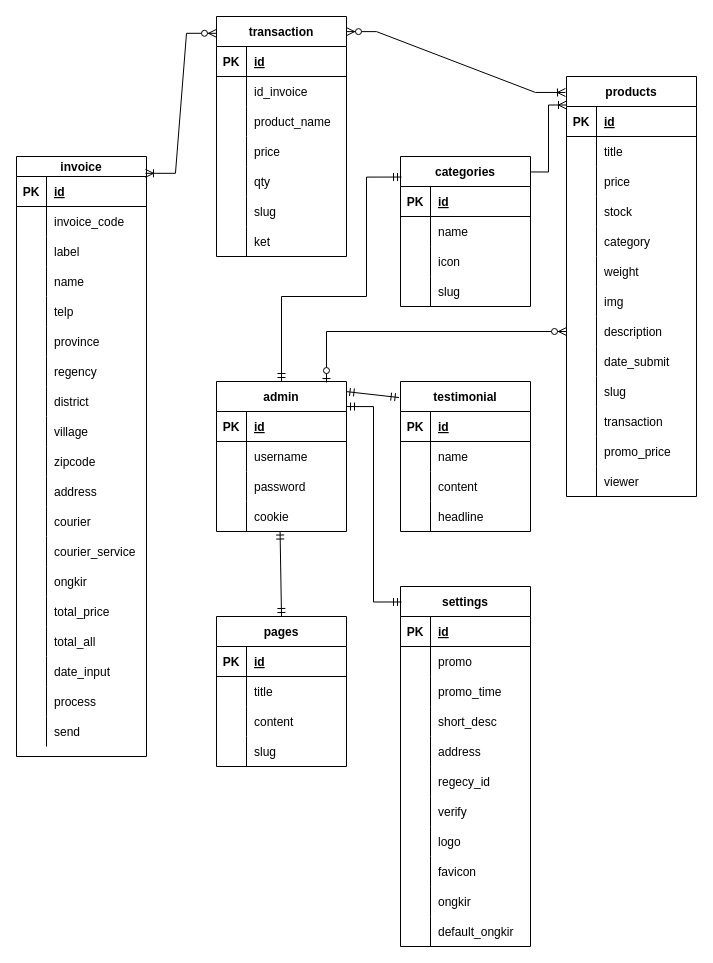
Above: draw.io/ERD.drawio in didikurniawann/skripsi (draw.io), before the change. Source tidied: cells renumbered, new cells numbered last; positions are measured from the earlier drawing's top-left corner, leaving out a move shared by most shapes. Both pictures are drawn from the tidied source at 100%, with x=0, y=0 at pixel (16, 16).
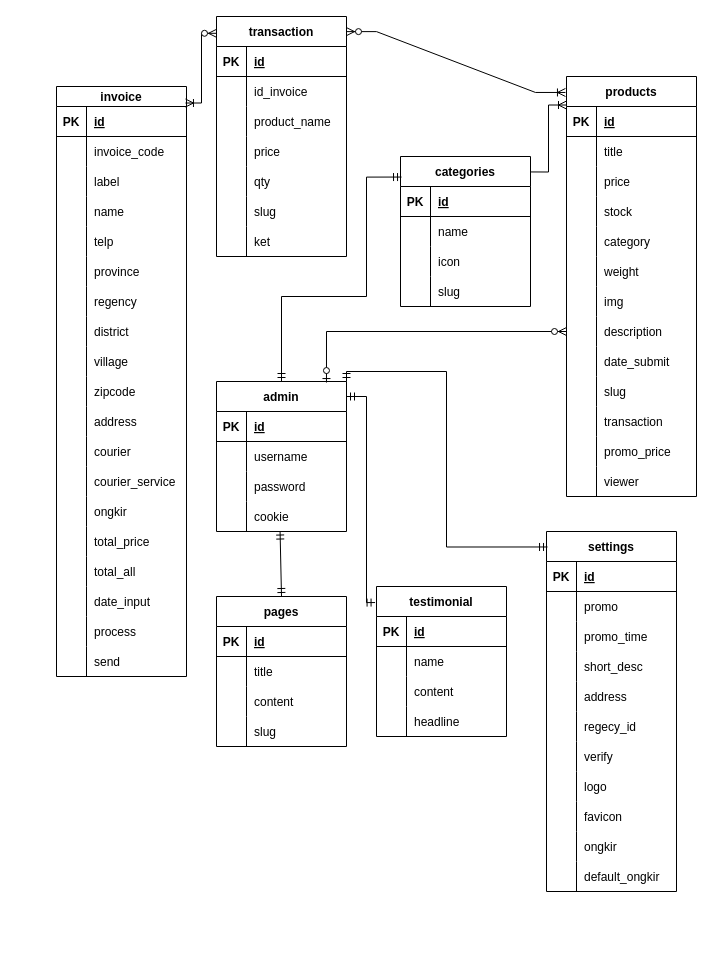
After the change.

Unchanged cells that the change refers to:
```xml
<mxCell id="2" value="transaction" style="shape=table;startSize=30;childLayout=tableLayout;rowLines=0;fontStyle=1;align=center;" parent="1" vertex="1">
  <mxGeometry x="200" width="130" height="240" as="geometry" />
</mxCell>
<mxCell id="122" value="admin" style="shape=table;startSize=30;childLayout=tableLayout;rowLines=0;fontStyle=1;align=center;" parent="1" vertex="1">
  <mxGeometry x="200" y="365" width="130" height="150" as="geometry" />
</mxCell>
```

Change to the diagram source:
```diff
@@
     <mxCell id="64" value="invoice" style="shape=table;startSize=20;childLayout=tableLayout;rowLines=0;fontStyle=1;align=center;" parent="1" vertex="1">
-      <mxGeometry y="140" width="130" height="600" as="geometry" />
+      <mxGeometry x="40" y="70" width="130" height="590" as="geometry" />
     </mxCell>
@@
     <mxCell id="148" value="pages" style="shape=table;startSize=30;childLayout=tableLayout;rowLines=0;fontStyle=1;align=center;" parent="1" vertex="1">
-      <mxGeometry x="200" y="600" width="130" height="150" as="geometry" />
+      <mxGeometry x="200" y="580" width="130" height="150" as="geometry" />
     </mxCell>
@@
     <mxCell id="161" value="testimonial" style="shape=table;startSize=30;childLayout=tableLayout;rowLines=0;fontStyle=1;align=center;" parent="1" vertex="1">
-      <mxGeometry x="384" y="365" width="130" height="150" as="geometry" />
+      <mxGeometry x="360" y="570" width="130" height="150" as="geometry" />
     </mxCell>
@@
     <mxCell id="174" value="settings" style="shape=table;startSize=30;childLayout=tableLayout;rowLines=0;fontStyle=1;align=center;" parent="1" vertex="1">
-      <mxGeometry x="384" y="570" width="130" height="360" as="geometry" />
+      <mxGeometry x="530" y="515" width="130" height="360" as="geometry" />
     </mxCell>
@@
-    <mxCell id="209" style="edgeStyle=entityRelationEdgeStyle;fontSize=12;html=1;endArrow=ERoneToMany;startArrow=ERzeroToMany;rounded=0;exitX=0;exitY=0.07;exitDx=0;exitDy=0;entryX=0.992;entryY=0.028;entryDx=0;entryDy=0;entryPerimeter=0;exitPerimeter=0;" parent="1" edge="1" source="2" target="64">
+    <mxCell id="209" style="edgeStyle=orthogonalEdgeStyle;fontSize=12;html=1;endArrow=ERoneToMany;startArrow=ERzeroToMany;rounded=0;exitX=0;exitY=0.07;exitDx=0;exitDy=0;entryX=0.992;entryY=0.028;entryDx=0;entryDy=0;entryPerimeter=0;exitPerimeter=0;" parent="1" edge="1" source="2" target="64">
       <mxGeometry relative="1" as="geometry" />
     </mxCell>
-    <mxCell id="210" style="edgeStyle=orthogonalEdgeStyle;fontSize=12;html=1;endArrow=ERmandOne;startArrow=ERmandOne;rounded=0;exitX=1;exitY=0.167;exitDx=0;exitDy=0;exitPerimeter=0;entryX=0.008;entryY=0.043;entryDx=0;entryDy=0;entryPerimeter=0;" parent="1" edge="1" source="122" target="174">
+    <mxCell id="210" style="edgeStyle=orthogonalEdgeStyle;fontSize=12;html=1;endArrow=ERmandOne;startArrow=ERmandOne;rounded=0;entryX=0.008;entryY=0.043;entryDx=0;entryDy=0;entryPerimeter=0;exitX=1;exitY=0;exitDx=0;exitDy=0;" parent="1" edge="1" source="122" target="174">
       <mxGeometry relative="1" as="geometry" />
     </mxCell>
@@
-    <mxCell id="212" style="fontSize=12;html=1;endArrow=ERmandOne;startArrow=ERmandOne;rounded=0;exitX=0.996;exitY=0.067;exitDx=0;exitDy=0;exitPerimeter=0;entryX=-0.011;entryY=0.107;entryDx=0;entryDy=0;entryPerimeter=0;" parent="1" edge="1" source="122" target="161">
-      <mxGeometry relative="1" as="geometry" />
+    <mxCell id="212" style="fontSize=12;html=1;endArrow=ERmandOne;startArrow=ERmandOne;rounded=0;entryX=-0.011;entryY=0.107;entryDx=0;entryDy=0;entryPerimeter=0;edgeStyle=orthogonalEdgeStyle;" parent="1" edge="1" target="161">
+      <mxGeometry relative="1" as="geometry">
+        <mxPoint x="330" y="380" as="sourcePoint" />
+        <Array as="points">
+          <mxPoint x="350" y="380" />
+          <mxPoint x="350" y="586" />
+        </Array>
+      </mxGeometry>
     </mxCell>
```
